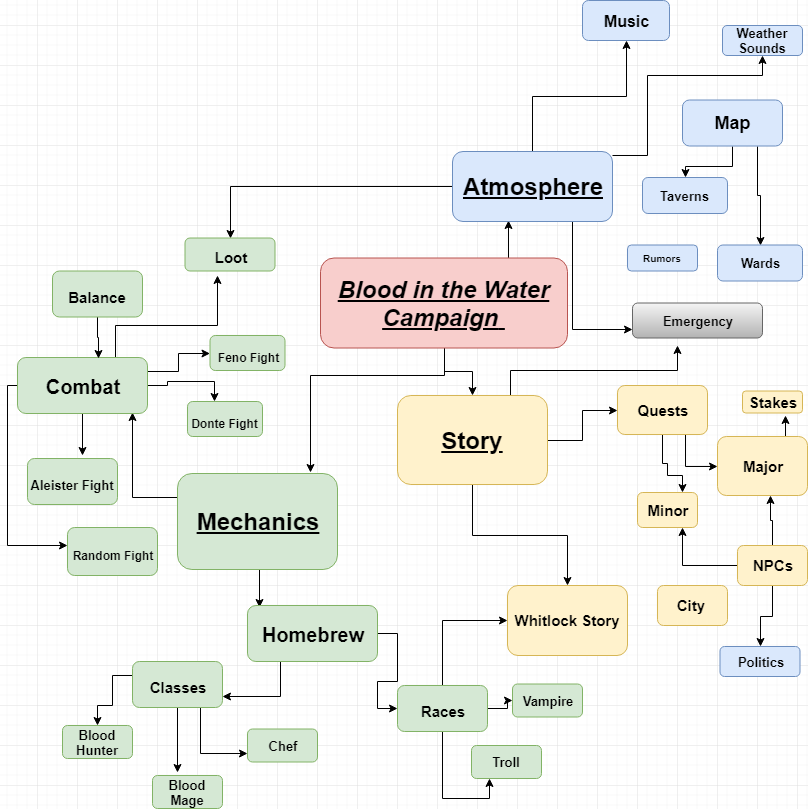
framples/campaign keeps this draw.io diagram as organization_tools/Blood in the Water Flowchart PNG.png. Above is the earlier version. Source tidied: cells renumbered, new cells last; positions are measured from the earlier drawing's top-left corner, leaving out a move shared by most shapes.
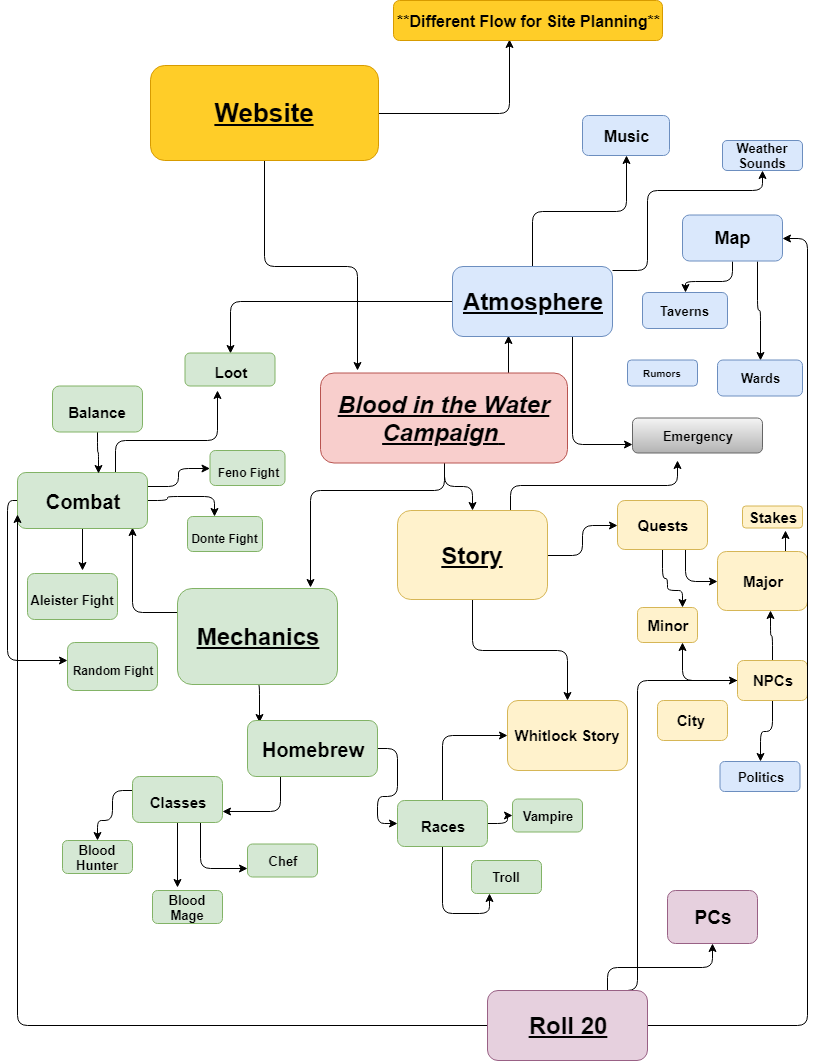
The same file after the commit.

Diff of the diagram source:
```diff
@@ -4,3 +4,3 @@
     <mxCell id="1" parent="0" />
-    <mxCell id="2" style="edgeStyle=orthogonalEdgeStyle;rounded=0;jettySize=auto;html=1;fontSize=24;" parent="1" edge="1" source="5" target="9">
+    <mxCell id="2" style="edgeStyle=orthogonalEdgeStyle;rounded=1;jettySize=auto;html=1;fontSize=24;" parent="1" edge="1" source="5" target="9">
       <mxGeometry relative="1" as="geometry" />
@@ -10,3 +10,3 @@
     </mxCell>
-    <mxCell id="4" style="edgeStyle=orthogonalEdgeStyle;rounded=0;jettySize=auto;html=1;entryX=0.831;entryY=-0.01;entryDx=0;entryDy=0;entryPerimeter=0;fontSize=24;" parent="1" edge="1" source="5" target="24">
+    <mxCell id="4" style="edgeStyle=orthogonalEdgeStyle;rounded=1;jettySize=auto;html=1;entryX=0.831;entryY=-0.01;entryDx=0;entryDy=0;entryPerimeter=0;fontSize=24;" parent="1" edge="1" source="5" target="24">
       <mxGeometry relative="1" as="geometry">
@@ -21,9 +21,9 @@
     </mxCell>
-    <mxCell id="6" style="edgeStyle=orthogonalEdgeStyle;rounded=0;jettySize=auto;html=1;exitX=1;exitY=0.5;exitDx=0;exitDy=0;entryX=0;entryY=0.5;entryDx=0;entryDy=0;fontSize=24;" parent="1" edge="1" source="9" target="13">
+    <mxCell id="6" style="edgeStyle=orthogonalEdgeStyle;rounded=1;jettySize=auto;html=1;exitX=1;exitY=0.5;exitDx=0;exitDy=0;entryX=0;entryY=0.5;entryDx=0;entryDy=0;fontSize=24;" parent="1" edge="1" source="9" target="13">
       <mxGeometry relative="1" as="geometry" />
     </mxCell>
-    <mxCell id="7" style="edgeStyle=orthogonalEdgeStyle;rounded=0;jettySize=auto;html=1;fontSize=24;" parent="1" edge="1" source="9" target="14">
+    <mxCell id="7" style="edgeStyle=orthogonalEdgeStyle;rounded=1;jettySize=auto;html=1;fontSize=24;" parent="1" edge="1" source="9" target="14">
       <mxGeometry relative="1" as="geometry" />
     </mxCell>
-    <mxCell id="8" style="edgeStyle=orthogonalEdgeStyle;rounded=0;jettySize=auto;html=1;exitX=0.75;exitY=0;exitDx=0;exitDy=0;fontSize=24;" parent="1" edge="1" source="9">
+    <mxCell id="8" style="edgeStyle=orthogonalEdgeStyle;rounded=1;jettySize=auto;html=1;exitX=0.75;exitY=0;exitDx=0;exitDy=0;fontSize=24;" parent="1" edge="1" source="9">
       <mxGeometry relative="1" as="geometry">
@@ -38,3 +38,3 @@
     </mxCell>
-    <mxCell id="11" style="edgeStyle=orthogonalEdgeStyle;rounded=0;jettySize=auto;html=1;entryX=0.75;entryY=0;entryDx=0;entryDy=0;fontSize=24;" parent="1" edge="1" source="13" target="17">
+    <mxCell id="11" style="edgeStyle=orthogonalEdgeStyle;rounded=1;jettySize=auto;html=1;entryX=0.75;entryY=0;entryDx=0;entryDy=0;fontSize=24;" parent="1" edge="1" source="13" target="17">
       <mxGeometry relative="1" as="geometry">
@@ -48,3 +48,3 @@
     </mxCell>
-    <mxCell id="12" style="edgeStyle=orthogonalEdgeStyle;rounded=0;jettySize=auto;html=1;exitX=0.75;exitY=1;exitDx=0;exitDy=0;entryX=0;entryY=0.5;entryDx=0;entryDy=0;fontSize=24;" parent="1" edge="1" source="13" target="16">
+    <mxCell id="12" style="edgeStyle=orthogonalEdgeStyle;rounded=1;jettySize=auto;html=1;exitX=0.75;exitY=1;exitDx=0;exitDy=0;entryX=0;entryY=0.5;entryDx=0;entryDy=0;fontSize=24;" parent="1" edge="1" source="13" target="16">
       <mxGeometry relative="1" as="geometry" />
@@ -68,9 +68,9 @@
     </mxCell>
-    <mxCell id="18" style="edgeStyle=orthogonalEdgeStyle;rounded=0;jettySize=auto;html=1;exitX=0.5;exitY=0;exitDx=0;exitDy=0;entryX=0.589;entryY=1;entryDx=0;entryDy=0;entryPerimeter=0;fontSize=24;" parent="1" edge="1" source="21" target="16">
+    <mxCell id="18" style="edgeStyle=orthogonalEdgeStyle;rounded=1;jettySize=auto;html=1;exitX=0.5;exitY=0;exitDx=0;exitDy=0;entryX=0.589;entryY=1;entryDx=0;entryDy=0;entryPerimeter=0;fontSize=24;" parent="1" edge="1" source="21" target="16">
       <mxGeometry relative="1" as="geometry" />
     </mxCell>
-    <mxCell id="19" style="edgeStyle=orthogonalEdgeStyle;rounded=0;jettySize=auto;html=1;exitX=0;exitY=0.5;exitDx=0;exitDy=0;entryX=0.75;entryY=1;entryDx=0;entryDy=0;fontSize=24;" parent="1" edge="1" source="21" target="17">
+    <mxCell id="19" style="edgeStyle=orthogonalEdgeStyle;rounded=1;jettySize=auto;html=1;exitX=0;exitY=0.5;exitDx=0;exitDy=0;entryX=0.75;entryY=1;entryDx=0;entryDy=0;fontSize=24;" parent="1" edge="1" source="21" target="17">
       <mxGeometry relative="1" as="geometry" />
     </mxCell>
-    <mxCell id="20" style="edgeStyle=orthogonalEdgeStyle;rounded=0;jettySize=auto;html=1;fontSize=24;" parent="1" edge="1" source="21" target="63">
+    <mxCell id="20" style="edgeStyle=orthogonalEdgeStyle;rounded=1;jettySize=auto;html=1;fontSize=24;" parent="1" edge="1" source="21" target="63">
       <mxGeometry relative="1" as="geometry" />
@@ -80,6 +80,6 @@
     </mxCell>
-    <mxCell id="22" style="edgeStyle=orthogonalEdgeStyle;rounded=0;jettySize=auto;html=1;exitX=0;exitY=0.25;exitDx=0;exitDy=0;entryX=0.885;entryY=0.982;entryDx=0;entryDy=0;entryPerimeter=0;fontSize=24;" parent="1" edge="1" source="24" target="46">
+    <mxCell id="22" style="edgeStyle=orthogonalEdgeStyle;rounded=1;jettySize=auto;html=1;exitX=0;exitY=0.25;exitDx=0;exitDy=0;entryX=0.885;entryY=0.982;entryDx=0;entryDy=0;entryPerimeter=0;fontSize=24;strokeColor=#000000;" parent="1" edge="1" source="24" target="46">
       <mxGeometry relative="1" as="geometry" />
     </mxCell>
-    <mxCell id="23" style="edgeStyle=orthogonalEdgeStyle;rounded=0;jettySize=auto;html=1;exitX=0.5;exitY=1;exitDx=0;exitDy=0;entryX=0.092;entryY=0.036;entryDx=0;entryDy=0;entryPerimeter=0;fontSize=24;" parent="1" edge="1" source="24" target="31">
+    <mxCell id="23" style="edgeStyle=orthogonalEdgeStyle;rounded=1;jettySize=auto;html=1;exitX=0.5;exitY=1;exitDx=0;exitDy=0;entryX=0.092;entryY=0.036;entryDx=0;entryDy=0;entryPerimeter=0;fontSize=24;" parent="1" edge="1" source="24" target="31">
       <mxGeometry relative="1" as="geometry" />
@@ -89,6 +89,6 @@
     </mxCell>
-    <mxCell id="25" style="edgeStyle=orthogonalEdgeStyle;rounded=0;jettySize=auto;html=1;entryX=0.357;entryY=-0.091;entryDx=0;entryDy=0;entryPerimeter=0;fontSize=24;" parent="1" edge="1" source="28" target="37">
+    <mxCell id="25" style="edgeStyle=orthogonalEdgeStyle;rounded=1;jettySize=auto;html=1;entryX=0.357;entryY=-0.091;entryDx=0;entryDy=0;entryPerimeter=0;fontSize=24;" parent="1" edge="1" source="28" target="37">
       <mxGeometry relative="1" as="geometry" />
     </mxCell>
-    <mxCell id="26" style="edgeStyle=orthogonalEdgeStyle;rounded=0;jettySize=auto;html=1;fontSize=24;" parent="1" edge="1" source="28" target="39">
+    <mxCell id="26" style="edgeStyle=orthogonalEdgeStyle;rounded=1;jettySize=auto;html=1;fontSize=24;" parent="1" edge="1" source="28" target="39">
       <mxGeometry relative="1" as="geometry">
@@ -101,3 +101,3 @@
     </mxCell>
-    <mxCell id="27" style="edgeStyle=orthogonalEdgeStyle;rounded=0;jettySize=auto;html=1;exitX=0.75;exitY=1;exitDx=0;exitDy=0;entryX=0;entryY=0.75;entryDx=0;entryDy=0;fontSize=24;" parent="1" edge="1" source="28" target="40">
+    <mxCell id="27" style="edgeStyle=orthogonalEdgeStyle;rounded=1;jettySize=auto;html=1;exitX=0.75;exitY=1;exitDx=0;exitDy=0;entryX=0;entryY=0.75;entryDx=0;entryDy=0;fontSize=24;" parent="1" edge="1" source="28" target="40">
       <mxGeometry relative="1" as="geometry" />
@@ -107,6 +107,6 @@
     </mxCell>
-    <mxCell id="29" style="edgeStyle=orthogonalEdgeStyle;rounded=0;jettySize=auto;html=1;entryX=0;entryY=0.5;entryDx=0;entryDy=0;fontSize=24;" parent="1" edge="1" source="31" target="35">
+    <mxCell id="29" style="edgeStyle=orthogonalEdgeStyle;rounded=1;jettySize=auto;html=1;entryX=0;entryY=0.5;entryDx=0;entryDy=0;fontSize=24;" parent="1" edge="1" source="31" target="35">
       <mxGeometry relative="1" as="geometry" />
     </mxCell>
-    <mxCell id="30" style="edgeStyle=orthogonalEdgeStyle;rounded=0;jettySize=auto;html=1;exitX=0.25;exitY=1;exitDx=0;exitDy=0;entryX=1;entryY=0.75;entryDx=0;entryDy=0;fontSize=24;" parent="1" edge="1" source="31" target="28">
+    <mxCell id="30" style="edgeStyle=orthogonalEdgeStyle;rounded=1;jettySize=auto;html=1;exitX=0.25;exitY=1;exitDx=0;exitDy=0;entryX=1;entryY=0.75;entryDx=0;entryDy=0;fontSize=24;" parent="1" edge="1" source="31" target="28">
       <mxGeometry relative="1" as="geometry" />
@@ -116,3 +116,3 @@
     </mxCell>
-    <mxCell id="32" style="edgeStyle=orthogonalEdgeStyle;rounded=0;jettySize=auto;html=1;fontSize=24;" parent="1" edge="1" source="35" target="14">
+    <mxCell id="32" style="edgeStyle=orthogonalEdgeStyle;rounded=1;jettySize=auto;html=1;fontSize=24;" parent="1" edge="1" source="35" target="14">
       <mxGeometry relative="1" as="geometry">
@@ -123,6 +123,6 @@
     </mxCell>
-    <mxCell id="33" style="edgeStyle=orthogonalEdgeStyle;rounded=0;jettySize=auto;html=1;entryX=0.25;entryY=1;entryDx=0;entryDy=0;fontSize=24;" parent="1" edge="1" source="35" target="38">
+    <mxCell id="33" style="edgeStyle=orthogonalEdgeStyle;rounded=1;jettySize=auto;html=1;entryX=0.25;entryY=1;entryDx=0;entryDy=0;fontSize=24;" parent="1" edge="1" source="35" target="38">
       <mxGeometry relative="1" as="geometry" />
     </mxCell>
-    <mxCell id="34" style="edgeStyle=orthogonalEdgeStyle;rounded=0;jettySize=auto;html=1;fontSize=24;" parent="1" edge="1" source="35" target="36">
+    <mxCell id="34" style="edgeStyle=orthogonalEdgeStyle;rounded=1;jettySize=auto;html=1;fontSize=24;" parent="1" edge="1" source="35" target="36">
       <mxGeometry relative="1" as="geometry" />
@@ -147,6 +147,6 @@
     </mxCell>
-    <mxCell id="41" style="edgeStyle=orthogonalEdgeStyle;rounded=0;jettySize=auto;html=1;exitX=1;exitY=0.25;exitDx=0;exitDy=0;fontSize=24;" parent="1" edge="1" source="46" target="50">
+    <mxCell id="41" style="edgeStyle=orthogonalEdgeStyle;rounded=1;jettySize=auto;html=1;exitX=1;exitY=0.25;exitDx=0;exitDy=0;fontSize=24;" parent="1" edge="1" source="46" target="50">
       <mxGeometry relative="1" as="geometry" />
     </mxCell>
-    <mxCell id="42" style="edgeStyle=orthogonalEdgeStyle;rounded=0;jettySize=auto;html=1;entryX=0.36;entryY=0;entryDx=0;entryDy=0;entryPerimeter=0;fontSize=24;" parent="1" edge="1" source="46" target="51">
+    <mxCell id="42" style="edgeStyle=orthogonalEdgeStyle;rounded=1;jettySize=auto;html=1;entryX=0.36;entryY=0;entryDx=0;entryDy=0;entryPerimeter=0;fontSize=24;" parent="1" edge="1" source="46" target="51">
       <mxGeometry relative="1" as="geometry" />
@@ -156,3 +156,3 @@
     </mxCell>
-    <mxCell id="44" style="edgeStyle=orthogonalEdgeStyle;rounded=0;jettySize=auto;html=1;fontSize=24;" parent="1" edge="1" source="46" target="52">
+    <mxCell id="44" style="edgeStyle=orthogonalEdgeStyle;rounded=1;jettySize=auto;html=1;fontSize=24;" parent="1" edge="1" source="46" target="52">
       <mxGeometry relative="1" as="geometry">
@@ -164,3 +164,3 @@
     </mxCell>
-    <mxCell id="45" style="edgeStyle=orthogonalEdgeStyle;rounded=0;jettySize=auto;html=1;exitX=0.75;exitY=0;exitDx=0;exitDy=0;entryX=0.361;entryY=1.136;entryDx=0;entryDy=0;entryPerimeter=0;fontSize=24;" parent="1" edge="1" source="46" target="68">
+    <mxCell id="45" style="edgeStyle=orthogonalEdgeStyle;rounded=1;jettySize=auto;html=1;exitX=0.75;exitY=0;exitDx=0;exitDy=0;entryX=0.361;entryY=1.136;entryDx=0;entryDy=0;entryPerimeter=0;fontSize=24;" parent="1" edge="1" source="46" target="68">
       <mxGeometry relative="1" as="geometry">
@@ -175,3 +175,3 @@
     </mxCell>
-    <mxCell id="47" style="edgeStyle=orthogonalEdgeStyle;rounded=0;jettySize=auto;html=1;entryX=0.623;entryY=0.018;entryDx=0;entryDy=0;entryPerimeter=0;fontSize=24;" parent="1" edge="1" source="48" target="46">
+    <mxCell id="47" style="edgeStyle=orthogonalEdgeStyle;rounded=1;jettySize=auto;html=1;entryX=0.623;entryY=0.018;entryDx=0;entryDy=0;entryPerimeter=0;fontSize=24;" parent="1" edge="1" source="48" target="46">
       <mxGeometry relative="1" as="geometry" />
@@ -193,12 +193,12 @@
     </mxCell>
-    <mxCell id="53" style="edgeStyle=orthogonalEdgeStyle;rounded=0;jettySize=auto;html=1;exitX=0.75;exitY=1;exitDx=0;exitDy=0;entryX=0;entryY=0.75;entryDx=0;entryDy=0;fontSize=24;" parent="1" edge="1" source="57" target="67">
+    <mxCell id="53" style="edgeStyle=orthogonalEdgeStyle;rounded=1;jettySize=auto;html=1;exitX=0.75;exitY=1;exitDx=0;exitDy=0;entryX=0;entryY=0.75;entryDx=0;entryDy=0;fontSize=24;" parent="1" edge="1" source="57" target="67">
       <mxGeometry relative="1" as="geometry" />
     </mxCell>
-    <mxCell id="54" style="edgeStyle=orthogonalEdgeStyle;rounded=0;jettySize=auto;html=1;fontSize=24;" parent="1" edge="1" source="57" target="65">
+    <mxCell id="54" style="edgeStyle=orthogonalEdgeStyle;rounded=1;jettySize=auto;html=1;fontSize=24;" parent="1" edge="1" source="57" target="65">
       <mxGeometry relative="1" as="geometry" />
     </mxCell>
-    <mxCell id="55" style="edgeStyle=orthogonalEdgeStyle;rounded=0;jettySize=auto;html=1;entryX=0.5;entryY=0;entryDx=0;entryDy=0;fontSize=24;" parent="1" edge="1" source="57" target="68">
+    <mxCell id="55" style="edgeStyle=orthogonalEdgeStyle;rounded=1;jettySize=auto;html=1;entryX=0.5;entryY=0;entryDx=0;entryDy=0;fontSize=24;" parent="1" edge="1" source="57" target="68">
       <mxGeometry relative="1" as="geometry" />
     </mxCell>
-    <mxCell id="56" style="edgeStyle=orthogonalEdgeStyle;rounded=0;jettySize=auto;html=1;fontSize=24;" parent="1" edge="1" source="57" target="66">
+    <mxCell id="56" style="edgeStyle=orthogonalEdgeStyle;rounded=1;jettySize=auto;html=1;fontSize=24;" parent="1" edge="1" source="57" target="66">
       <mxGeometry relative="1" as="geometry">
@@ -214,6 +214,6 @@
     </mxCell>
-    <mxCell id="58" style="edgeStyle=orthogonalEdgeStyle;rounded=0;jettySize=auto;html=1;exitX=0.5;exitY=1;exitDx=0;exitDy=0;entryX=0.5;entryY=0;entryDx=0;entryDy=0;fontSize=24;" parent="1" edge="1" source="60" target="62">
+    <mxCell id="58" style="edgeStyle=orthogonalEdgeStyle;rounded=1;jettySize=auto;html=1;exitX=0.5;exitY=1;exitDx=0;exitDy=0;entryX=0.5;entryY=0;entryDx=0;entryDy=0;fontSize=24;" parent="1" edge="1" source="60" target="62">
       <mxGeometry relative="1" as="geometry" />
     </mxCell>
-    <mxCell id="59" style="edgeStyle=orthogonalEdgeStyle;rounded=0;jettySize=auto;html=1;exitX=0.75;exitY=1;exitDx=0;exitDy=0;entryX=0.5;entryY=0;entryDx=0;entryDy=0;fontSize=24;" parent="1" edge="1" source="60" target="61">
+    <mxCell id="59" style="edgeStyle=orthogonalEdgeStyle;rounded=1;jettySize=auto;html=1;exitX=0.75;exitY=1;exitDx=0;exitDy=0;entryX=0.5;entryY=0;entryDx=0;entryDy=0;fontSize=24;" parent="1" edge="1" source="60" target="61">
       <mxGeometry relative="1" as="geometry" />
@@ -250,2 +250,46 @@
     </mxCell>
+    <mxCell id="70" style="edgeStyle=orthogonalEdgeStyle;rounded=1;jettySize=auto;html=1;entryX=0.15;entryY=-0.028;entryDx=0;entryDy=0;entryPerimeter=0;fontSize=24;" parent="1" edge="1" source="72" target="5">
+      <mxGeometry relative="1" as="geometry" />
+    </mxCell>
+    <mxCell id="71" style="edgeStyle=orthogonalEdgeStyle;rounded=1;jettySize=auto;html=1;fontSize=24;entryX=0.431;entryY=0.975;entryDx=0;entryDy=0;entryPerimeter=0;" parent="1" edge="1" source="72" target="78">
+      <mxGeometry relative="1" as="geometry" />
+    </mxCell>
+    <mxCell id="72" value="&lt;font&gt;&lt;font style=&quot;font-size: 26px&quot;&gt;Website&lt;/font&gt;&lt;br style=&quot;font-size: 24px&quot;&gt;&lt;/font&gt;" style="rounded=1;whiteSpace=wrap;html=1;fontSize=24;fillColor=#ffcd28;strokeColor=#d79b00;fontStyle=5;gradientColor=none;" parent="1" vertex="1">
+      <mxGeometry x="143" y="-50" width="228" height="95" as="geometry" />
+    </mxCell>
+    <mxCell id="73" style="edgeStyle=orthogonalEdgeStyle;rounded=1;jettySize=auto;html=1;exitX=0.75;exitY=0;exitDx=0;exitDy=0;fontSize=24;" parent="1" edge="1" source="77" target="79">
+      <mxGeometry relative="1" as="geometry" />
+    </mxCell>
+    <mxCell id="74" style="edgeStyle=orthogonalEdgeStyle;jettySize=auto;html=1;entryX=0;entryY=0.75;entryDx=0;entryDy=0;fontSize=24;strokeColor=#000000;shadow=0;comic=0;rounded=1;" parent="1" edge="1" source="77" target="46">
+      <mxGeometry relative="1" as="geometry">
+        <Array as="points">
+          <mxPoint x="10" y="910" />
+        </Array>
+      </mxGeometry>
+    </mxCell>
+    <mxCell id="75" style="edgeStyle=orthogonalEdgeStyle;jettySize=auto;html=1;fontSize=24;rounded=1;" parent="1" edge="1" source="77" target="60">
+      <mxGeometry relative="1" as="geometry">
+        <Array as="points">
+          <mxPoint x="800" y="910" />
+          <mxPoint x="800" y="123" />
+        </Array>
+      </mxGeometry>
+    </mxCell>
+    <mxCell id="76" style="edgeStyle=orthogonalEdgeStyle;rounded=1;jettySize=auto;html=1;exitX=0.75;exitY=0;exitDx=0;exitDy=0;entryX=0;entryY=0.5;entryDx=0;entryDy=0;fontSize=24;" parent="1" edge="1" source="77" target="21">
+      <mxGeometry relative="1" as="geometry">
+        <Array as="points">
+          <mxPoint x="630" y="875" />
+          <mxPoint x="630" y="565" />
+        </Array>
+      </mxGeometry>
+    </mxCell>
+    <mxCell id="77" value="&lt;font style=&quot;font-size: 24px&quot;&gt;Roll 20&lt;br style=&quot;font-size: 24px&quot;&gt;&lt;/font&gt;" style="rounded=1;whiteSpace=wrap;html=1;fontSize=24;fillColor=#e6d0de;strokeColor=#996185;fontStyle=5;gradientColor=none;" parent="1" vertex="1">
+      <mxGeometry x="480" y="875" width="160" height="70" as="geometry" />
+    </mxCell>
+    <mxCell id="78" value="&lt;font style=&quot;font-size: 16px&quot;&gt;**Different Flow for Site Planning**&lt;br style=&quot;font-size: 16px&quot;&gt;&lt;/font&gt;" style="rounded=1;whiteSpace=wrap;html=1;fontSize=16;fillColor=#ffcd28;strokeColor=#d79b00;fontStyle=1;gradientColor=none;" parent="1" vertex="1">
+      <mxGeometry x="386" y="-115" width="269" height="40" as="geometry" />
+    </mxCell>
+    <mxCell id="79" value="PCs" style="rounded=1;whiteSpace=wrap;html=1;fillColor=#e6d0de;strokeColor=#996185;fontStyle=1;fontSize=19;gradientColor=none;" parent="1" vertex="1">
+      <mxGeometry x="660" y="775" width="90" height="53" as="geometry" />
+    </mxCell>
   </root>
```
